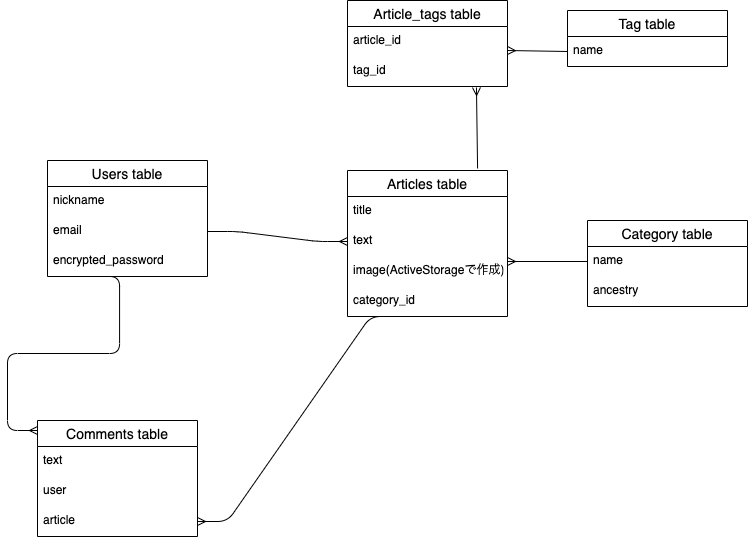
Danke1732/find-app keeps this draw.io diagram as find_er.drawio.png. Above is the earlier version. Source tidied: cells renumbered, new cells last; positions are measured from the earlier drawing's top-left corner, leaving out a move shared by most shapes.
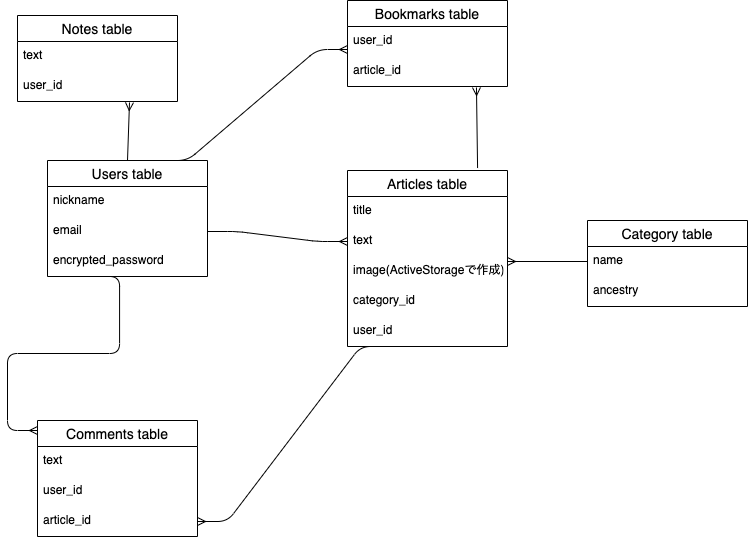
The same diagram one commit later.

Diff of the diagram source:
```diff
@@ -20,14 +20,14 @@
     <mxCell id="7" value="text" style="text;strokeColor=none;fillColor=none;spacingLeft=4;spacingRight=4;overflow=hidden;fontSize=12;" parent="6" vertex="1">
       <mxGeometry y="26" width="160" height="30" as="geometry" />
     </mxCell>
-    <mxCell id="8" value="user" style="text;strokeColor=none;fillColor=none;spacingLeft=4;spacingRight=4;overflow=hidden;fontSize=12;" parent="6" vertex="1">
+    <mxCell id="8" value="user_id" style="text;strokeColor=none;fillColor=none;spacingLeft=4;spacingRight=4;overflow=hidden;fontSize=12;" parent="6" vertex="1">
       <mxGeometry y="56" width="160" height="30" as="geometry" />
     </mxCell>
-    <mxCell id="9" value="article" style="text;strokeColor=none;fillColor=none;spacingLeft=4;spacingRight=4;overflow=hidden;points=[[0,0.5],[1,0.5]];portConstraint=eastwest;fontSize=12;" parent="6" vertex="1">
+    <mxCell id="9" value="article_id" style="text;strokeColor=none;fillColor=none;spacingLeft=4;spacingRight=4;overflow=hidden;points=[[0,0.5],[1,0.5]];portConstraint=eastwest;fontSize=12;" parent="6" vertex="1">
       <mxGeometry y="86" width="160" height="30" as="geometry" />
     </mxCell>
     <mxCell id="10" value="Articles table" style="swimlane;fontStyle=0;horizontal=1;startSize=26;align=center;fontSize=14;" parent="1" vertex="1">
-      <mxGeometry x="310" y="170" width="160" height="146" as="geometry" />
+      <mxGeometry x="310" y="170" width="160" height="176" as="geometry" />
     </mxCell>
     <mxCell id="11" value="title" style="text;strokeColor=none;fillColor=none;spacingLeft=4;spacingRight=4;overflow=hidden;fontSize=12;" parent="10" vertex="1">
       <mxGeometry y="26" width="160" height="30" as="geometry" />
@@ -41,19 +41,25 @@
     <mxCell id="14" value="category_id" style="text;strokeColor=none;fillColor=none;spacingLeft=4;spacingRight=4;overflow=hidden;points=[[0,0.5],[1,0.5]];portConstraint=eastwest;fontSize=12;" parent="10" vertex="1">
       <mxGeometry y="116" width="160" height="30" as="geometry" />
     </mxCell>
+    <mxCell id="29" value="user_id" style="text;strokeColor=none;fillColor=none;spacingLeft=4;spacingRight=4;overflow=hidden;points=[[0,0.5],[1,0.5]];portConstraint=eastwest;fontSize=12;" parent="10" vertex="1">
+      <mxGeometry y="146" width="160" height="30" as="geometry" />
+    </mxCell>
-    <mxCell id="15" value="Tag table" style="swimlane;fontStyle=0;horizontal=1;startSize=26;align=center;fontSize=14;" parent="1" vertex="1">
-      <mxGeometry x="530" y="10" width="160" height="56" as="geometry" />
+    <mxCell id="15" value="Notes table" style="swimlane;fontStyle=0;horizontal=1;startSize=26;align=center;fontSize=14;" parent="1" vertex="1">
+      <mxGeometry x="-20" y="15" width="160" height="86" as="geometry" />
     </mxCell>
-    <mxCell id="16" value="name" style="text;strokeColor=none;fillColor=none;spacingLeft=4;spacingRight=4;overflow=hidden;points=[[0,0.5],[1,0.5]];portConstraint=eastwest;fontSize=12;" parent="15" vertex="1">
+    <mxCell id="16" value="text" style="text;strokeColor=none;fillColor=none;spacingLeft=4;spacingRight=4;overflow=hidden;points=[[0,0.5],[1,0.5]];portConstraint=eastwest;fontSize=12;" parent="15" vertex="1">
       <mxGeometry y="26" width="160" height="30" as="geometry" />
     </mxCell>
+    <mxCell id="30" value="user_id" style="text;strokeColor=none;fillColor=none;spacingLeft=4;spacingRight=4;overflow=hidden;points=[[0,0.5],[1,0.5]];portConstraint=eastwest;fontSize=12;" parent="15" vertex="1">
+      <mxGeometry y="56" width="160" height="30" as="geometry" />
+    </mxCell>
-    <mxCell id="17" value="Article_tags table" style="swimlane;fontStyle=0;horizontal=1;startSize=26;align=center;fontSize=14;" parent="1" vertex="1">
+    <mxCell id="17" value="Bookmarks table" style="swimlane;fontStyle=0;horizontal=1;startSize=26;align=center;fontSize=14;" parent="1" vertex="1">
       <mxGeometry x="310" width="160" height="86" as="geometry" />
     </mxCell>
-    <mxCell id="18" value="article_id" style="text;strokeColor=none;fillColor=none;spacingLeft=4;spacingRight=4;overflow=hidden;points=[[0,0.5],[1,0.5]];portConstraint=eastwest;fontSize=12;" parent="17" vertex="1">
+    <mxCell id="18" value="user_id" style="text;strokeColor=none;fillColor=none;spacingLeft=4;spacingRight=4;overflow=hidden;points=[[0,0.5],[1,0.5]];portConstraint=eastwest;fontSize=12;" parent="17" vertex="1">
       <mxGeometry y="26" width="160" height="30" as="geometry" />
     </mxCell>
-    <mxCell id="19" value="tag_id" style="text;strokeColor=none;fillColor=none;spacingLeft=4;spacingRight=4;overflow=hidden;points=[[0,0.5],[1,0.5]];portConstraint=eastwest;fontSize=12;" parent="17" vertex="1">
+    <mxCell id="19" value="article_id" style="text;strokeColor=none;fillColor=none;spacingLeft=4;spacingRight=4;overflow=hidden;points=[[0,0.5],[1,0.5]];portConstraint=eastwest;fontSize=12;" parent="17" vertex="1">
       <mxGeometry y="56" width="160" height="30" as="geometry" />
     </mxCell>
     <mxCell id="20" style="edgeStyle=entityRelationEdgeStyle;fontSize=12;html=1;endArrow=ERmany;exitX=1;exitY=0.5;exitDx=0;exitDy=0;entryX=0;entryY=0.5;entryDx=0;entryDy=0;" parent="1" edge="1" source="4" target="12">
@@ -68,7 +74,7 @@
     <mxCell id="23" value="ancestry" style="text;strokeColor=none;fillColor=none;spacingLeft=4;spacingRight=4;overflow=hidden;fontSize=12;" parent="21" vertex="1">
       <mxGeometry y="56" width="160" height="30" as="geometry" />
     </mxCell>
-    <mxCell id="24" style="edgeStyle=entityRelationEdgeStyle;fontSize=12;html=1;endArrow=ERmany;exitX=0.331;exitY=1;exitDx=0;exitDy=0;exitPerimeter=0;" parent="1" edge="1" source="14" target="9">
+    <mxCell id="24" style="edgeStyle=entityRelationEdgeStyle;fontSize=12;html=1;endArrow=ERmany;exitX=0.269;exitY=1;exitDx=0;exitDy=0;exitPerimeter=0;" parent="1" edge="1" source="29" target="9">
       <mxGeometry relative="1" as="geometry" />
     </mxCell>
     <mxCell id="25" style="edgeStyle=entityRelationEdgeStyle;fontSize=12;html=1;endArrow=ERmany;exitX=0.263;exitY=1;exitDx=0;exitDy=0;exitPerimeter=0;" parent="1" edge="1" source="5">
@@ -81,11 +87,17 @@
         <mxPoint x="470" y="261" as="targetPoint" />
       </mxGeometry>
     </mxCell>
-    <mxCell id="27" style="fontSize=12;html=1;endArrow=ERmany;exitX=0;exitY=0.5;exitDx=0;exitDy=0;entryX=1;entryY=0.8;entryDx=0;entryDy=0;entryPerimeter=0;" parent="1" edge="1" source="16" target="18">
+    <mxCell id="27" style="fontSize=12;html=1;endArrow=ERmany;entryX=0.7;entryY=1.033;entryDx=0;entryDy=0;entryPerimeter=0;exitX=0.5;exitY=0;exitDx=0;exitDy=0;" parent="1" edge="1" source="2" target="30">
       <mxGeometry relative="1" as="geometry" />
     </mxCell>
     <mxCell id="28" style="fontSize=12;html=1;endArrow=ERmany;exitX=0.813;exitY=-0.014;exitDx=0;exitDy=0;entryX=0.806;entryY=1.033;entryDx=0;entryDy=0;entryPerimeter=0;exitPerimeter=0;" parent="1" edge="1" source="10" target="19">
       <mxGeometry relative="1" as="geometry" />
     </mxCell>
+    <mxCell id="31" style="edgeStyle=entityRelationEdgeStyle;fontSize=12;html=1;endArrow=ERmany;" parent="1" edge="1">
+      <mxGeometry relative="1" as="geometry">
+        <mxPoint x="120" y="160" as="sourcePoint" />
+        <mxPoint x="310" y="49" as="targetPoint" />
+      </mxGeometry>
+    </mxCell>
   </root>
 </mxGraphModel>
```
